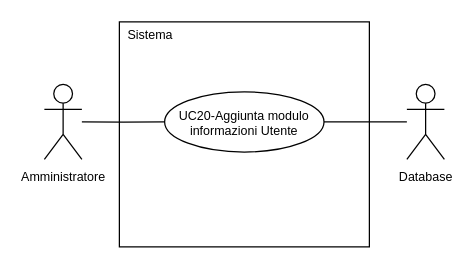
Earlier version of the draw.io diagram 2-RTB/Documenti_esterni/Analisi_dei_requisiti/draw.io/UC20.drawio (SnakeByteTeam/snakebyteteam.github.io). Source tidied: cells renumbered, new cells numbered last; positions are measured from the earlier drawing's top-left corner, leaving out a move shared by most shapes. Both pictures are drawn from the tidied source at 125%, with x=0, y=0 at pixel (44, 21).
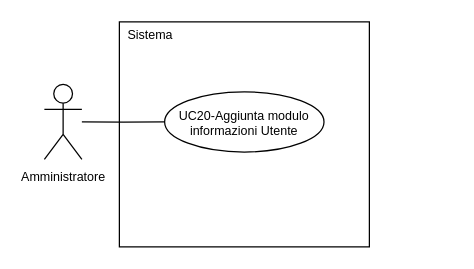
The same page after the edit.

Change to the diagram source:
```diff
@@
 <mxGraphModel>
   <root>
     <mxCell id="0" />
     <mxCell id="1" parent="0" />
     <mxCell id="2" value="&lt;font style=&quot;font-size: 10px; line-height: 100%;&quot;&gt;Amministratore&lt;/font&gt;" style="shape=umlActor;verticalLabelPosition=bottom;verticalAlign=top;html=1;outlineConnect=0;" parent="1" vertex="1">
       <mxGeometry y="50" width="30" height="60" as="geometry" />
     </mxCell>
     <mxCell id="3" style="rounded=0;whiteSpace=wrap;html=1;" parent="1" vertex="1">
       <mxGeometry x="60" width="200" height="180" as="geometry" />
     </mxCell>
     <mxCell id="4" style="edgeStyle=orthogonalEdgeStyle;rounded=0;jettySize=auto;html=1;exitX=0;exitY=0.5;exitDx=0;exitDy=0;endArrow=none;endFill=0;" parent="1" edge="1" source="5" target="2">
       <mxGeometry relative="1" as="geometry" />
     </mxCell>
     <mxCell id="5" value="&lt;div style=&quot;line-height: 100%;&quot;&gt;&lt;font style=&quot;line-height: 100%; font-size: 10px;&quot;&gt;UC20-Aggiunta modulo&lt;/font&gt;&lt;/div&gt;&lt;div style=&quot;line-height: 100%;&quot;&gt;&lt;font style=&quot;line-height: 100%; font-size: 10px;&quot;&gt;informazioni Utente&lt;/font&gt;&lt;/div&gt;" style="ellipse;whiteSpace=wrap;html=1;" parent="1" vertex="1">
       <mxGeometry x="96.2" y="56" width="127.5" height="48.1" as="geometry" />
     </mxCell>
     <mxCell id="6" value="&lt;font style=&quot;font-size: 10px;&quot;&gt;Sistema&lt;/font&gt;" style="text;html=1;whiteSpace=wrap;strokeColor=none;fillColor=none;align=center;verticalAlign=middle;rounded=0;" parent="1" vertex="1">
       <mxGeometry x="60" width="50" height="20" as="geometry" />
     </mxCell>
-    <mxCell id="7" style="rounded=0;jettySize=auto;html=1;endArrow=none;endFill=0;" parent="1" edge="1" source="8" target="5">
-      <mxGeometry relative="1" as="geometry" />
-    </mxCell>
-    <mxCell id="8" value="&lt;font style=&quot;font-size: 10px; line-height: 100%;&quot;&gt;Database&lt;/font&gt;" style="shape=umlActor;verticalLabelPosition=bottom;verticalAlign=top;html=1;outlineConnect=0;" parent="1" vertex="1">
-      <mxGeometry x="290" y="50" width="30" height="60" as="geometry" />
-    </mxCell>
   </root>
 </mxGraphModel>
```
